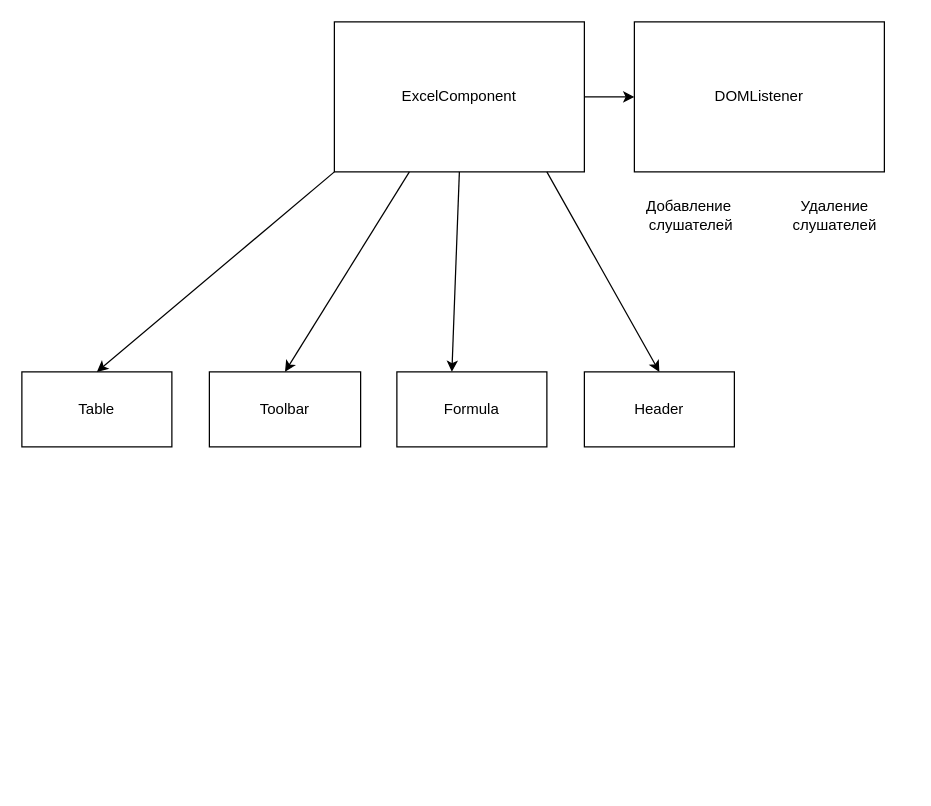
alexdev5/js-vmpractice keeps this draw.io diagram as Untitled Diagram.drawio. Above is the earlier version. Source tidied: cells renumbered, new cells numbered last; positions are measured from the earlier drawing's top-left corner, leaving out a move shared by most shapes. Both pictures are drawn from the tidied source at 125%, with x=0, y=0 at pixel (21, 21).
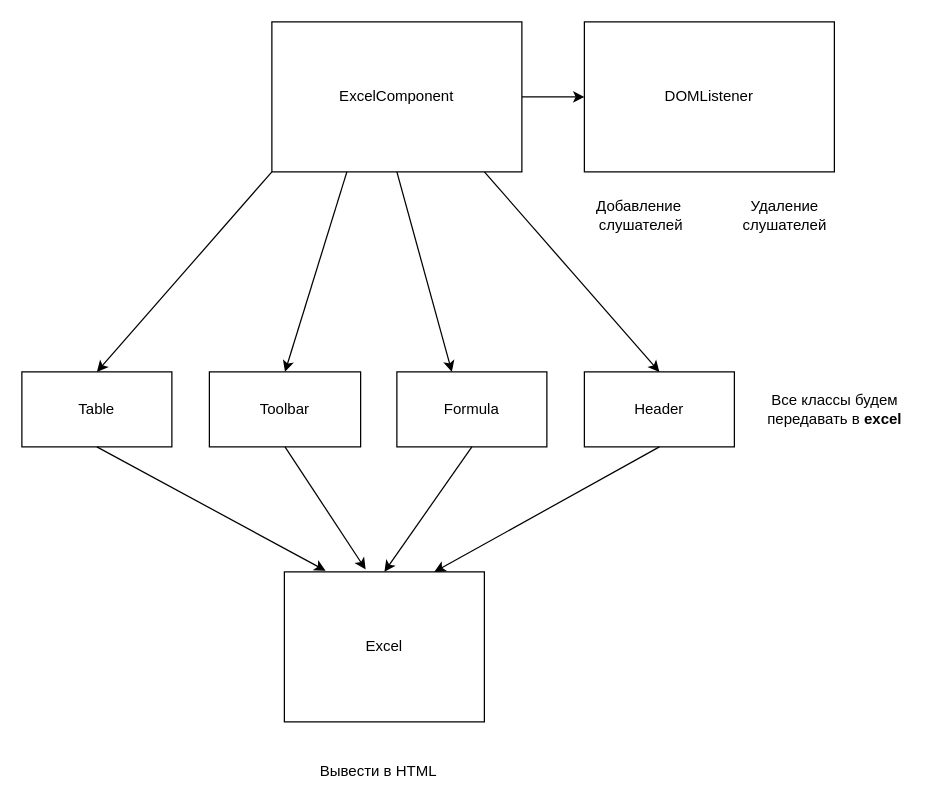
The same diagram, later.

Unchanged cells that the change refers to:
```xml
<mxCell id="7" value="Table" style="rounded=0;whiteSpace=wrap;html=1;shadow=0;glass=0;sketch=0;align=center;" parent="1" vertex="1">
  <mxGeometry y="280" width="120" height="60" as="geometry" />
</mxCell>
<mxCell id="8" value="Toolbar" style="rounded=0;whiteSpace=wrap;html=1;shadow=0;glass=0;sketch=0;align=center;" parent="1" vertex="1">
  <mxGeometry x="150" y="280" width="121" height="60" as="geometry" />
</mxCell>
<mxCell id="9" value="Formula" style="rounded=0;whiteSpace=wrap;html=1;shadow=0;glass=0;sketch=0;align=center;" parent="1" vertex="1">
  <mxGeometry x="300" y="280" width="120" height="60" as="geometry" />
</mxCell>
<mxCell id="10" value="Header" style="rounded=0;whiteSpace=wrap;html=1;shadow=0;glass=0;sketch=0;align=center;" parent="1" vertex="1">
  <mxGeometry x="450" y="280" width="120" height="60" as="geometry" />
</mxCell>
```

What changed in the source:
```diff
@@
     <mxCell id="2" value="DOMListener" style="rounded=0;whiteSpace=wrap;html=1;shadow=0;" parent="1" vertex="1">
-      <mxGeometry x="490" width="200" height="120" as="geometry" />
+      <mxGeometry x="450" width="200" height="120" as="geometry" />
     </mxCell>
@@
     <mxCell id="4" value="ExcelComponent" style="rounded=0;whiteSpace=wrap;html=1;shadow=0;sketch=0;glass=0;" parent="1" vertex="1">
-      <mxGeometry x="250" width="200" height="120" as="geometry" />
+      <mxGeometry x="200" width="200" height="120" as="geometry" />
     </mxCell>
     <mxCell id="5" value="Добавление&amp;nbsp;&lt;br&gt;слушателей" style="text;html=1;align=center;verticalAlign=middle;" parent="1" vertex="1">
-      <mxGeometry x="490" y="140" width="90" height="30" as="geometry" />
+      <mxGeometry x="450" y="140" width="90" height="30" as="geometry" />
     </mxCell>
     <mxCell id="6" value="Удаление &lt;br&gt;слушателей" style="text;html=1;align=center;verticalAlign=middle;" parent="1" vertex="1">
-      <mxGeometry x="610" y="140" width="80" height="30" as="geometry" />
+      <mxGeometry x="570" y="140" width="80" height="30" as="geometry" />
     </mxCell>
@@
+    <mxCell id="15" value="Excel" style="rounded=0;whiteSpace=wrap;html=1;shadow=0;glass=0;sketch=0;align=center;" parent="1" vertex="1">
+      <mxGeometry x="210" y="440" width="160" height="120" as="geometry" />
+    </mxCell>
+    <mxCell id="16" style="endArrow=classic;html=1;exitX=0.5;exitY=1;exitDx=0;exitDy=0;entryX=0.206;entryY=-0.008;entryDx=0;entryDy=0;entryPerimeter=0;" parent="1" edge="1" source="7" target="15">
+      <mxGeometry relative="1" as="geometry" />
+    </mxCell>
+    <mxCell id="17" value="Все классы будем&lt;br&gt;передавать в &lt;b&gt;excel&lt;/b&gt;" style="text;html=1;align=center;verticalAlign=middle;" parent="1" vertex="1">
+      <mxGeometry x="590" y="295" width="120" height="30" as="geometry" />
+    </mxCell>
+    <mxCell id="18" style="endArrow=classic;html=1;exitX=0.5;exitY=1;exitDx=0;exitDy=0;" parent="1" edge="1" source="8">
+      <mxGeometry relative="1" as="geometry">
+        <mxPoint x="275" y="438" as="targetPoint" />
+      </mxGeometry>
+    </mxCell>
+    <mxCell id="19" style="endArrow=classic;html=1;exitX=0.5;exitY=1;exitDx=0;exitDy=0;entryX=0.5;entryY=0;entryDx=0;entryDy=0;" parent="1" edge="1" source="9" target="15">
+      <mxGeometry relative="1" as="geometry" />
+    </mxCell>
+    <mxCell id="20" style="endArrow=classic;html=1;exitX=0.5;exitY=1;exitDx=0;exitDy=0;entryX=0.75;entryY=0;entryDx=0;entryDy=0;" parent="1" edge="1" source="10" target="15">
+      <mxGeometry relative="1" as="geometry" />
+    </mxCell>
+    <mxCell id="21" value="Вывести в HTML" style="text;html=1;align=center;verticalAlign=middle;" parent="1" vertex="1">
+      <mxGeometry x="230" y="590" width="110" height="20" as="geometry" />
+    </mxCell>
```
